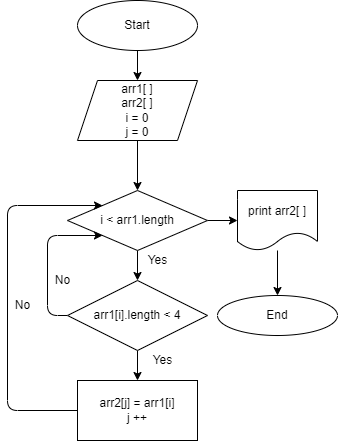
The draw.io diagram Task.drawio.png in Maxim-S1/Control-work, before a commit. Source tidied: cells renumbered, new cells last; positions are measured from the earlier drawing's top-left corner, leaving out a move shared by most shapes.
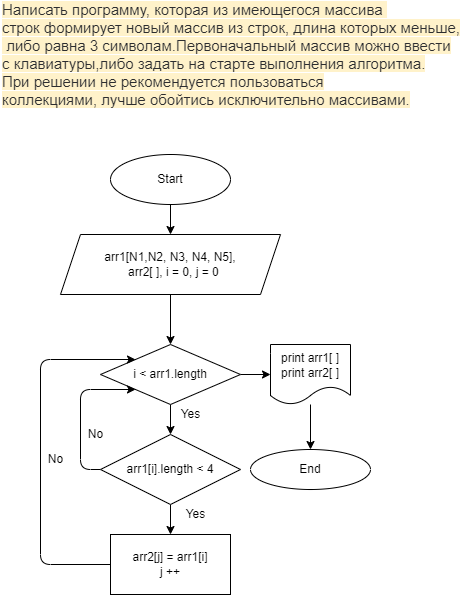
The same file after the commit.

Change to the diagram source:
```diff
@@ -11,8 +11,8 @@
     <mxCell id="4" style="edgeStyle=none;html=1;" parent="1" edge="1" source="5" target="8">
       <mxGeometry relative="1" as="geometry" />
     </mxCell>
-    <mxCell id="5" value="arr1[ ]&lt;br&gt;arr2[ ]&lt;br&gt;i = 0&lt;br&gt;j = 0" style="shape=parallelogram;perimeter=parallelogramPerimeter;whiteSpace=wrap;html=1;fixedSize=1;" parent="1" vertex="1">
-      <mxGeometry x="70" y="80" width="120" height="60" as="geometry" />
+    <mxCell id="5" value="arr1[N1,N2, N3, N4, N5],&lt;br&gt;&amp;nbsp; arr2[ ],&amp;nbsp;i = 0,&amp;nbsp;j = 0" style="shape=parallelogram;perimeter=parallelogramPerimeter;whiteSpace=wrap;html=1;fixedSize=1;" parent="1" vertex="1">
+      <mxGeometry x="20" y="80" width="220" height="60" as="geometry" />
     </mxCell>
     <mxCell id="6" style="edgeStyle=none;html=1;" parent="1" edge="1" source="8" target="11">
       <mxGeometry relative="1" as="geometry" />
@@ -51,7 +51,7 @@
     <mxCell id="14" style="edgeStyle=none;html=1;" parent="1" edge="1" source="15" target="16">
       <mxGeometry relative="1" as="geometry" />
     </mxCell>
-    <mxCell id="15" value="print arr2[ ]" style="shape=document;whiteSpace=wrap;html=1;boundedLbl=1;" parent="1" vertex="1">
+    <mxCell id="15" value="print arr1[ ]&lt;br&gt;print arr2[ ]" style="shape=document;whiteSpace=wrap;html=1;boundedLbl=1;" parent="1" vertex="1">
       <mxGeometry x="230" y="190" width="80" height="60" as="geometry" />
     </mxCell>
     <mxCell id="16" value="End" style="ellipse;whiteSpace=wrap;html=1;" parent="1" vertex="1">
@@ -69,5 +69,8 @@
     <mxCell id="20" value="No" style="text;html=1;align=center;verticalAlign=middle;strokeColor=none;fillColor=none;" parent="1" vertex="1">
       <mxGeometry y="295" width="30" height="20" as="geometry" />
     </mxCell>
+    <mxCell id="21" value="&lt;span style=&quot;color: rgb(44 , 45 , 48) ; font-family: &amp;#34;roboto&amp;#34; , &amp;#34;san francisco&amp;#34; , &amp;#34;helvetica neue&amp;#34; , &amp;#34;helvetica&amp;#34; , &amp;#34;arial&amp;#34; ; font-size: 15px ; background-color: rgb(255 , 242 , 202)&quot;&gt;Написать программу, которая из имеющегося массива &lt;br&gt;строк формирует новый массив из строк, длина которых меньше,&lt;br&gt;&amp;nbsp;либо равна 3 символам.Первоначальный массив можно ввести&lt;br&gt;с клавиатуры,либо задать на старте&amp;nbsp;выполнения алгоритма.&lt;br&gt;При решении не рекомендуется пользоваться&lt;br&gt;коллекциями,&amp;nbsp;лучше обойтись исключительно массивами.&lt;/span&gt;" style="text;html=1;align=left;verticalAlign=middle;strokeColor=none;fillColor=none;" parent="1" vertex="1">
+      <mxGeometry x="-40" y="-150" width="470" height="100" as="geometry" />
+    </mxCell>
   </root>
 </mxGraphModel>
```
